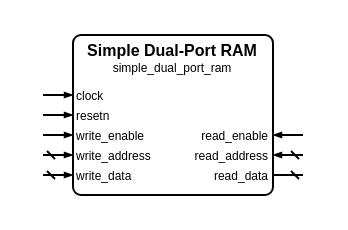
Before: sources/memory/simple_dual_port_ram/simple_dual_port_ram.symbol.drawio in Louis-DR/OmniCores-BuildingBlocks, a draw.io diagram. Source tidied: cells renumbered, new cells numbered last; positions are measured from the earlier drawing's top-left corner, leaving out a move shared by most shapes. Both pictures are drawn from the tidied source at 200%, with x=0, y=0 at pixel (42, 34).
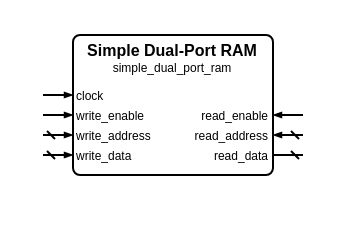
The same page after the edit.

What changed in the source:
```diff
@@
     <mxCell id="2" style="group;" parent="1" vertex="1">
-      <mxGeometry width="130" height="80" as="geometry" />
+      <mxGeometry width="130" height="70" as="geometry" />
     </mxCell>
     <mxCell id="3" style="rounded=1;arcSize=5;fillColor=none;strokeWidth=1;strokeColor=black;whiteSpace=wrap;html=1;" parent="2" vertex="1">
-      <mxGeometry x="15" width="100" height="80" as="geometry" />
+      <mxGeometry x="15" width="100" height="70" as="geometry" />
     </mxCell>
@@
-    <mxCell id="8" value="resetn" style="text;html=1;align=left;verticalAlign=middle;whiteSpace=wrap;rounded=0;fontSize=6;fontStyle=0;fontColor=black;" parent="2" vertex="1">
-      <mxGeometry x="15" y="40" width="100" as="geometry" />
-    </mxCell>
-    <mxCell id="9" style="html=1;rounded=1;strokeWidth=1;strokeColor=black;startFill=0;startSize=2;startArrow=none;endFill=1;endSize=2;endArrow=blockThin;sourcePerimeterSpacing=0;" parent="2" edge="1">
-      <mxGeometry relative="1" as="geometry">
-        <mxPoint y="40" as="sourcePoint" />
-        <mxPoint x="15" y="40" as="targetPoint" />
-      </mxGeometry>
-    </mxCell>
     <mxCell id="10" value="write_enable" style="text;html=1;align=left;verticalAlign=middle;whiteSpace=wrap;rounded=0;fontSize=6;fontStyle=0;fontColor=black;" parent="2" vertex="1">
-      <mxGeometry x="15" y="50" width="100" as="geometry" />
+      <mxGeometry x="15" y="40" width="100" as="geometry" />
     </mxCell>
     <mxCell id="11" style="html=1;rounded=1;strokeWidth=1;strokeColor=black;startFill=0;startSize=2;startArrow=none;endFill=1;endSize=2;endArrow=blockThin;sourcePerimeterSpacing=0;" parent="2" edge="1">
       <mxGeometry relative="1" as="geometry">
-        <mxPoint y="50" as="sourcePoint" />
-        <mxPoint x="15" y="50" as="targetPoint" />
+        <mxPoint y="40" as="sourcePoint" />
+        <mxPoint x="15" y="40" as="targetPoint" />
       </mxGeometry>
     </mxCell>
     <mxCell id="12" value="read_enable" style="text;html=1;align=right;verticalAlign=middle;whiteSpace=wrap;rounded=0;fontSize=6;fontStyle=0;fontColor=black;" parent="2" vertex="1">
-      <mxGeometry x="15" y="50" width="100" as="geometry" />
+      <mxGeometry x="15" y="40" width="100" as="geometry" />
     </mxCell>
     <mxCell id="13" style="html=1;rounded=1;strokeWidth=1;strokeColor=black;startFill=0;startSize=2;startArrow=none;endFill=1;endSize=2;endArrow=blockThin;sourcePerimeterSpacing=0;" parent="2" edge="1">
       <mxGeometry relative="1" as="geometry">
-        <mxPoint x="130" y="50" as="sourcePoint" />
-        <mxPoint x="115" y="50" as="targetPoint" />
+        <mxPoint x="130" y="40" as="sourcePoint" />
+        <mxPoint x="115" y="40" as="targetPoint" />
       </mxGeometry>
     </mxCell>
     <mxCell id="14" value="write_address" style="text;html=1;align=left;verticalAlign=middle;whiteSpace=wrap;rounded=0;fontSize=6;fontStyle=0;fontColor=black;" parent="2" vertex="1">
-      <mxGeometry x="15" y="60" width="100" as="geometry" />
+      <mxGeometry x="15" y="50" width="100" as="geometry" />
     </mxCell>
     <mxCell id="15" style="html=1;rounded=1;strokeWidth=1;strokeColor=black;startFill=0;startSize=2;startArrow=dash;endFill=1;endSize=2;endArrow=blockThin;sourcePerimeterSpacing=0;" parent="2" edge="1">
       <mxGeometry relative="1" as="geometry">
-        <mxPoint y="60" as="sourcePoint" />
-        <mxPoint x="15" y="60" as="targetPoint" />
+        <mxPoint y="50" as="sourcePoint" />
+        <mxPoint x="15" y="50" as="targetPoint" />
       </mxGeometry>
     </mxCell>
     <mxCell id="16" value="read_address" style="text;html=1;align=right;verticalAlign=middle;whiteSpace=wrap;rounded=0;fontSize=6;fontStyle=0;fontColor=black;" parent="2" vertex="1">
-      <mxGeometry x="15" y="60" width="100" as="geometry" />
+      <mxGeometry x="15" y="50" width="100" as="geometry" />
     </mxCell>
     <mxCell id="17" style="html=1;rounded=1;strokeWidth=1;strokeColor=black;startFill=0;startSize=2;startArrow=dash;endFill=1;endSize=2;endArrow=blockThin;sourcePerimeterSpacing=0;" parent="2" edge="1">
       <mxGeometry relative="1" as="geometry">
-        <mxPoint x="130" y="60" as="sourcePoint" />
-        <mxPoint x="115" y="60" as="targetPoint" />
+        <mxPoint x="130" y="50" as="sourcePoint" />
+        <mxPoint x="115" y="50" as="targetPoint" />
       </mxGeometry>
     </mxCell>
     <mxCell id="18" value="write_data" style="text;html=1;align=left;verticalAlign=middle;whiteSpace=wrap;rounded=0;fontSize=6;fontStyle=0;fontColor=black;" parent="2" vertex="1">
-      <mxGeometry x="15" y="70" width="100" as="geometry" />
+      <mxGeometry x="15" y="60" width="100" as="geometry" />
     </mxCell>
     <mxCell id="19" style="html=1;rounded=1;strokeWidth=1;strokeColor=black;startFill=0;startSize=2;startArrow=dash;endFill=1;endSize=2;endArrow=blockThin;sourcePerimeterSpacing=0;" parent="2" edge="1">
       <mxGeometry relative="1" as="geometry">
-        <mxPoint y="70" as="sourcePoint" />
-        <mxPoint x="15" y="70" as="targetPoint" />
+        <mxPoint y="60" as="sourcePoint" />
+        <mxPoint x="15" y="60" as="targetPoint" />
       </mxGeometry>
     </mxCell>
     <mxCell id="20" value="read_data" style="text;html=1;align=right;verticalAlign=middle;whiteSpace=wrap;rounded=0;fontSize=6;fontStyle=0;fontColor=black;" parent="2" vertex="1">
-      <mxGeometry x="15" y="70" width="100" as="geometry" />
+      <mxGeometry x="15" y="60" width="100" as="geometry" />
     </mxCell>
     <mxCell id="21" style="html=1;rounded=1;strokeWidth=1;strokeColor=black;startFill=0;startSize=2;startArrow=dash;endFill=1;endSize=2;endArrow=none;sourcePerimeterSpacing=0;" parent="2" edge="1">
       <mxGeometry relative="1" as="geometry">
-        <mxPoint x="130" y="70" as="sourcePoint" />
-        <mxPoint x="115" y="70" as="targetPoint" />
+        <mxPoint x="130" y="60" as="sourcePoint" />
+        <mxPoint x="115" y="60" as="targetPoint" />
       </mxGeometry>
     </mxCell>
```
